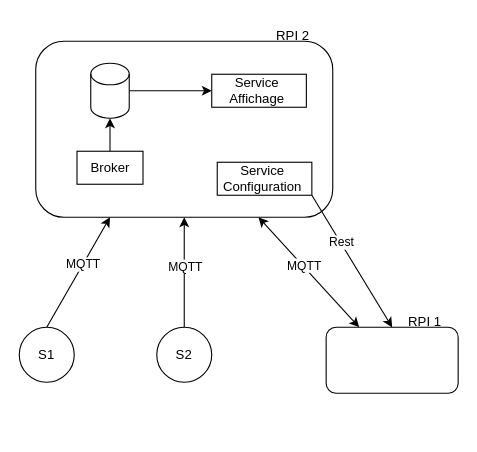
This is Définition Projet/Architecture_Logiciel.drawio from AdamOmv/LPIOTIA2023_ResilienceEnergy, a draw.io file, before an edit. Source tidied: cells renumbered, new cells numbered last; positions are measured from the earlier drawing's top-left corner, leaving out a move shared by most shapes. Both pictures are drawn from the tidied source at 110%, with x=0, y=0 at pixel (19, 19).
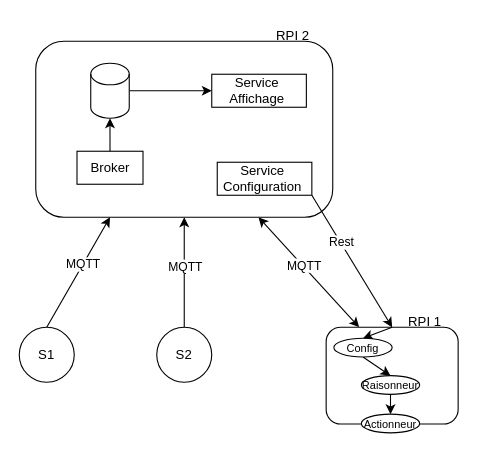
The same diagram, later.

What changed in the source:
```diff
@@
     <mxCell id="12" style="rounded=1;whiteSpace=wrap;html=1;" parent="1" vertex="1">
-      <mxGeometry x="279" y="280" width="120" height="60" as="geometry" />
+      <mxGeometry x="279" y="280" width="120" height="88" as="geometry" />
     </mxCell>
@@
+    <mxCell id="22" style="edgeStyle=none;rounded=0;jettySize=auto;html=1;exitX=0.5;exitY=1;exitDx=0;exitDy=0;fontSize=10;startArrow=none;startFill=0;endArrow=classic;endFill=1;" parent="1" edge="1" source="23" target="24">
+      <mxGeometry relative="1" as="geometry" />
+    </mxCell>
+    <mxCell id="23" value="&lt;font style=&quot;font-size: 10px;&quot;&gt;Raisonneur&lt;/font&gt;" style="ellipse;whiteSpace=wrap;html=1;" parent="1" vertex="1">
+      <mxGeometry x="311" y="324" width="53" height="17" as="geometry" />
+    </mxCell>
+    <mxCell id="24" value="&lt;font style=&quot;font-size: 10px;&quot;&gt;Actionneur&lt;/font&gt;" style="ellipse;whiteSpace=wrap;html=1;" parent="1" vertex="1">
+      <mxGeometry x="311" y="359" width="53" height="17" as="geometry" />
+    </mxCell>
+    <mxCell id="25" style="rounded=0;jettySize=auto;html=1;exitX=0.5;exitY=1;exitDx=0;exitDy=0;entryX=0.5;entryY=0;entryDx=0;entryDy=0;fontSize=10;" parent="1" edge="1" source="27" target="23">
+      <mxGeometry relative="1" as="geometry" />
+    </mxCell>
+    <mxCell id="26" style="edgeStyle=none;rounded=0;jettySize=auto;html=1;exitX=0.5;exitY=0;exitDx=0;exitDy=0;entryX=0.5;entryY=0;entryDx=0;entryDy=0;fontSize=10;startArrow=classic;startFill=1;endArrow=none;endFill=0;" parent="1" edge="1" source="27" target="12">
+      <mxGeometry relative="1" as="geometry" />
+    </mxCell>
+    <mxCell id="27" value="&lt;font style=&quot;font-size: 10px;&quot;&gt;Config&lt;/font&gt;" style="ellipse;whiteSpace=wrap;html=1;" parent="1" vertex="1">
+      <mxGeometry x="286" y="290" width="53" height="17" as="geometry" />
+    </mxCell>
```
